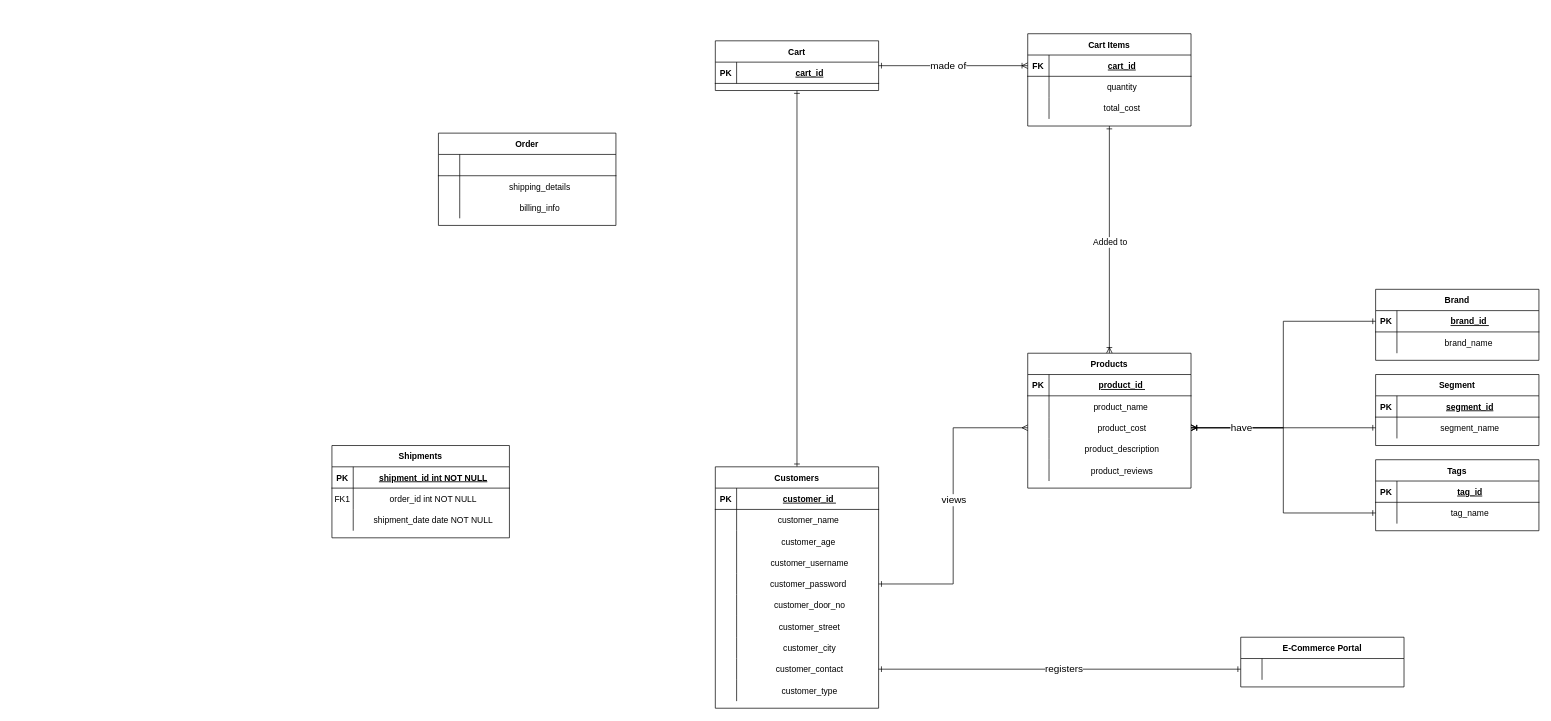
The draw.io diagram ECommERT.drawio in adithkrishnan98/ECommerce-Java, before the edit. Source tidied: cells renumbered, new cells numbered last; positions are measured from the earlier drawing's top-left corner, leaving out a move shared by most shapes. Both pictures are drawn from the tidied source at 71%, with x=0, y=0 at pixel (332, 33).
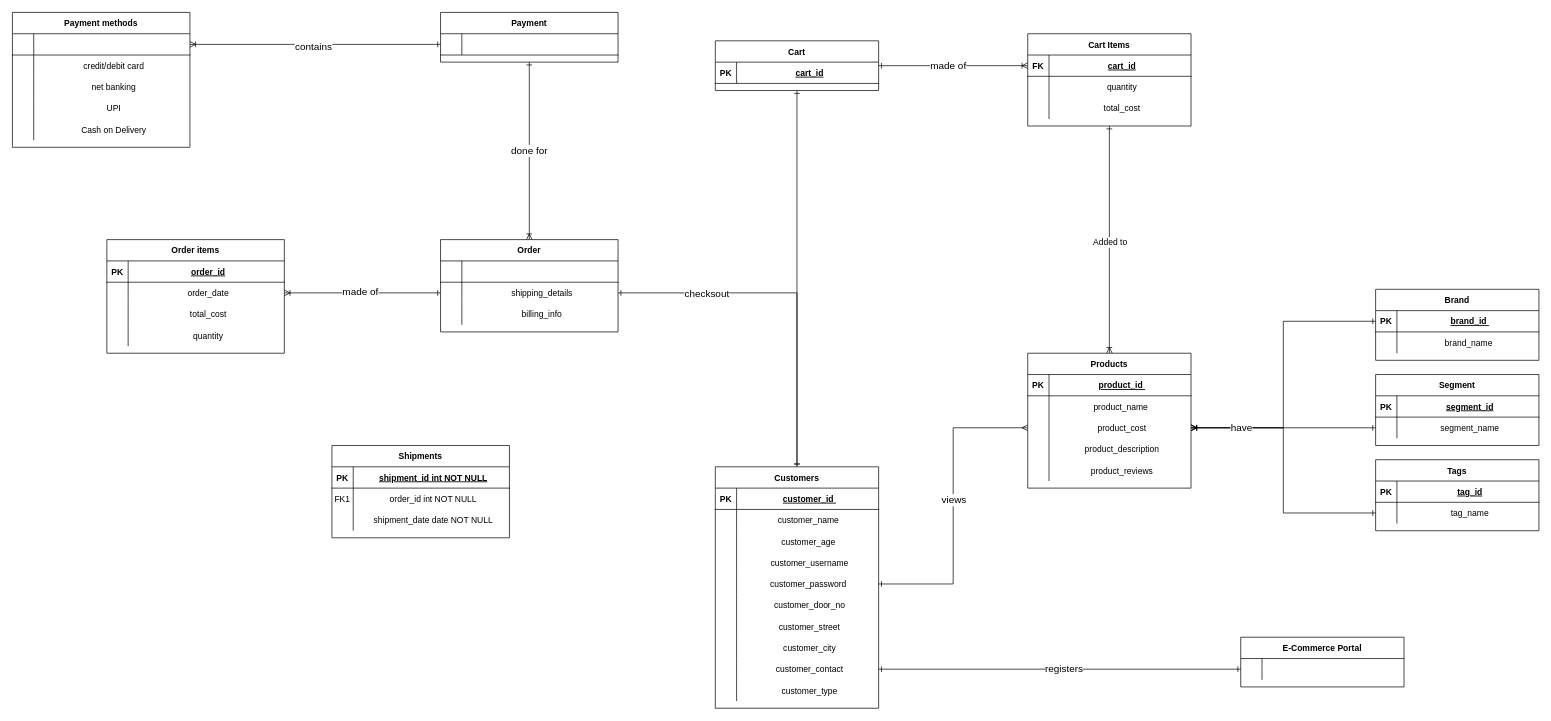
The same diagram, later.

The change refers to these unchanged cells:
```xml
<mxCell id="6" style="shape=partialRectangle;fillColor=none;points=[[0,0.5],[1,0.5]];portConstraint=eastwest;top=0;left=0;right=0;bottom=0;align=center;" parent="2" vertex="1">
  <mxGeometry y="60" width="250" height="30" as="geometry" />
</mxCell>
<mxCell id="23" value="Customers" style="shape=table;startSize=30;childLayout=tableLayout;rowLines=0;fontStyle=1;align=center;" parent="1" vertex="1">
  <mxGeometry x="540" y="610" width="230" height="340" as="geometry" />
</mxCell>
```

Diff of the diagram source:
```diff
@@
     <mxCell id="2" value="Order" style="shape=table;startSize=30;childLayout=tableLayout;rowLines=0;fontStyle=1;align=center;" parent="1" vertex="1">
-      <mxGeometry x="150" y="140" width="250" height="130" as="geometry" />
+      <mxGeometry x="153" y="290" width="250" height="130" as="geometry" />
     </mxCell>
@@
+    <mxCell id="129" style="edgeStyle=orthogonalEdgeStyle;rounded=0;jettySize=auto;html=1;exitX=0.5;exitY=0;exitDx=0;exitDy=0;entryX=1;entryY=0.5;entryDx=0;entryDy=0;fontSize=14;startArrow=ERone;startFill=0;endArrow=ERone;endFill=0;align=center;" parent="1" edge="1" source="23" target="6">
+      <mxGeometry relative="1" as="geometry">
+        <Array as="points">
+          <mxPoint x="655" y="365" />
+        </Array>
+      </mxGeometry>
+    </mxCell>
+    <mxCell id="130" value="checksout" style="edgeLabel;html=1;align=center;verticalAlign=middle;fontSize=14;" parent="129" vertex="1">
+      <mxGeometry x="0.5" relative="1" as="geometry" />
+    </mxCell>
@@
+    <mxCell id="131" value="Order items" style="shape=table;startSize=30;childLayout=tableLayout;rowLines=0;fontStyle=1;align=center;" parent="1" vertex="1">
+      <mxGeometry x="-317" y="290" width="250" height="160" as="geometry" />
+    </mxCell>
+    <mxCell id="132" style="shape=partialRectangle;fillColor=none;top=0;left=0;right=0;bottom=1;align=center;" parent="131" vertex="1">
+      <mxGeometry y="30" width="250" height="30" as="geometry" />
+    </mxCell>
+    <mxCell id="133" value="PK" style="shape=partialRectangle;overflow=hidden;fillColor=none;top=0;left=0;bottom=0;right=0;fontStyle=1;align=center;" parent="132" vertex="1">
+      <mxGeometry width="30" height="30" as="geometry" />
+    </mxCell>
+    <mxCell id="134" value="order_id" style="shape=partialRectangle;overflow=hidden;fillColor=none;top=0;left=0;bottom=0;right=0;align=center;spacingLeft=6;fontStyle=5;" parent="132" vertex="1">
+      <mxGeometry x="30" width="220" height="30" as="geometry" />
+    </mxCell>
+    <mxCell id="135" style="shape=partialRectangle;fillColor=none;points=[[0,0.5],[1,0.5]];portConstraint=eastwest;top=0;left=0;right=0;bottom=0;align=center;" parent="131" vertex="1">
+      <mxGeometry y="60" width="250" height="30" as="geometry" />
+    </mxCell>
+    <mxCell id="136" style="shape=partialRectangle;overflow=hidden;fillColor=none;top=0;left=0;bottom=0;right=0;align=center;" parent="135" vertex="1">
+      <mxGeometry width="30" height="30" as="geometry" />
+    </mxCell>
+    <mxCell id="137" value="order_date" style="shape=partialRectangle;overflow=hidden;fillColor=none;top=0;left=0;bottom=0;right=0;align=center;spacingLeft=6;" parent="135" vertex="1">
+      <mxGeometry x="30" width="220" height="30" as="geometry" />
+    </mxCell>
+    <mxCell id="138" style="shape=partialRectangle;fillColor=none;top=0;left=0;right=0;bottom=0;align=center;" parent="131" vertex="1">
+      <mxGeometry y="90" width="250" height="30" as="geometry" />
+    </mxCell>
+    <mxCell id="139" style="shape=partialRectangle;overflow=hidden;fillColor=none;top=0;left=0;bottom=0;right=0;align=center;" parent="138" vertex="1">
+      <mxGeometry width="30" height="30" as="geometry" />
+    </mxCell>
+    <mxCell id="140" value="total_cost" style="shape=partialRectangle;overflow=hidden;fillColor=none;top=0;left=0;bottom=0;right=0;align=center;spacingLeft=6;" parent="138" vertex="1">
+      <mxGeometry x="30" width="220" height="30" as="geometry" />
+    </mxCell>
+    <mxCell id="141" style="shape=partialRectangle;fillColor=none;top=0;left=0;right=0;bottom=0;align=center;" parent="131" vertex="1">
+      <mxGeometry y="120" width="250" height="30" as="geometry" />
+    </mxCell>
+    <mxCell id="142" style="shape=partialRectangle;overflow=hidden;fillColor=none;top=0;left=0;bottom=0;right=0;align=center;" parent="141" vertex="1">
+      <mxGeometry width="30" height="30" as="geometry" />
+    </mxCell>
+    <mxCell id="143" value="quantity" style="shape=partialRectangle;overflow=hidden;fillColor=none;top=0;left=0;bottom=0;right=0;align=center;spacingLeft=6;" parent="141" vertex="1">
+      <mxGeometry x="30" width="220" height="30" as="geometry" />
+    </mxCell>
+    <mxCell id="144" style="edgeStyle=orthogonalEdgeStyle;rounded=0;jettySize=auto;html=1;exitX=0;exitY=0.5;exitDx=0;exitDy=0;entryX=1;entryY=0.5;entryDx=0;entryDy=0;fontSize=14;startArrow=ERone;startFill=0;endArrow=ERoneToMany;endFill=0;align=center;" parent="1" edge="1" source="6" target="135">
+      <mxGeometry relative="1" as="geometry" />
+    </mxCell>
+    <mxCell id="145" value="made of" style="edgeLabel;html=1;align=center;verticalAlign=middle;fontSize=14;" parent="144" vertex="1">
+      <mxGeometry x="0.04" y="-2" relative="1" as="geometry" />
+    </mxCell>
+    <mxCell id="146" value="done for" style="edgeStyle=orthogonalEdgeStyle;rounded=0;jettySize=auto;html=1;exitX=0.5;exitY=1;exitDx=0;exitDy=0;entryX=0.5;entryY=0;entryDx=0;entryDy=0;fontSize=14;startArrow=ERone;startFill=0;endArrow=ERoneToMany;endFill=0;align=center;" parent="1" edge="1" source="147" target="2">
+      <mxGeometry relative="1" as="geometry" />
+    </mxCell>
+    <mxCell id="147" value="Payment" style="shape=table;startSize=30;childLayout=tableLayout;rowLines=0;fontStyle=1;align=center;" parent="1" vertex="1">
+      <mxGeometry x="153" y="-30" width="250" height="70" as="geometry" />
+    </mxCell>
+    <mxCell id="148" style="shape=partialRectangle;fillColor=none;points=[[0,0.5],[1,0.5]];portConstraint=eastwest;top=0;left=0;right=0;bottom=1;align=center;" parent="147" vertex="1">
+      <mxGeometry y="30" width="250" height="30" as="geometry" />
+    </mxCell>
+    <mxCell id="149" style="shape=partialRectangle;overflow=hidden;fillColor=none;top=0;left=0;bottom=0;right=0;fontStyle=1;align=center;" parent="148" vertex="1">
+      <mxGeometry width="30" height="30" as="geometry" />
+    </mxCell>
+    <mxCell id="150" style="shape=partialRectangle;overflow=hidden;fillColor=none;top=0;left=0;bottom=0;right=0;align=center;spacingLeft=6;fontStyle=5;" parent="148" vertex="1">
+      <mxGeometry x="30" width="220" height="30" as="geometry" />
+    </mxCell>
+    <mxCell id="151" value="Payment methods" style="shape=table;startSize=30;childLayout=tableLayout;rowLines=0;fontStyle=1;align=center;" parent="1" vertex="1">
+      <mxGeometry x="-450" y="-30" width="250" height="190" as="geometry" />
+    </mxCell>
+    <mxCell id="152" style="shape=partialRectangle;fillColor=none;points=[[0,0.5],[1,0.5]];portConstraint=eastwest;top=0;left=0;right=0;bottom=1;align=center;" parent="151" vertex="1">
+      <mxGeometry y="30" width="250" height="30" as="geometry" />
+    </mxCell>
+    <mxCell id="153" style="shape=partialRectangle;overflow=hidden;fillColor=none;top=0;left=0;bottom=0;right=0;fontStyle=1;align=center;" parent="152" vertex="1">
+      <mxGeometry width="30" height="30" as="geometry" />
+    </mxCell>
+    <mxCell id="154" style="shape=partialRectangle;overflow=hidden;fillColor=none;top=0;left=0;bottom=0;right=0;align=center;spacingLeft=6;fontStyle=5;" parent="152" vertex="1">
+      <mxGeometry x="30" width="220" height="30" as="geometry" />
+    </mxCell>
+    <mxCell id="155" style="shape=partialRectangle;fillColor=none;top=0;left=0;right=0;bottom=0;align=center;" parent="151" vertex="1">
+      <mxGeometry y="60" width="250" height="30" as="geometry" />
+    </mxCell>
+    <mxCell id="156" style="shape=partialRectangle;overflow=hidden;fillColor=none;top=0;left=0;bottom=0;right=0;align=center;" parent="155" vertex="1">
+      <mxGeometry width="30" height="30" as="geometry" />
+    </mxCell>
+    <mxCell id="157" value="credit/debit card" style="shape=partialRectangle;overflow=hidden;fillColor=none;top=0;left=0;bottom=0;right=0;align=center;spacingLeft=6;" parent="155" vertex="1">
+      <mxGeometry x="30" width="220" height="30" as="geometry" />
+    </mxCell>
+    <mxCell id="158" style="shape=partialRectangle;fillColor=none;top=0;left=0;right=0;bottom=0;align=center;" parent="151" vertex="1">
+      <mxGeometry y="90" width="250" height="30" as="geometry" />
+    </mxCell>
+    <mxCell id="159" style="shape=partialRectangle;overflow=hidden;fillColor=none;top=0;left=0;bottom=0;right=0;align=center;" parent="158" vertex="1">
+      <mxGeometry width="30" height="30" as="geometry" />
+    </mxCell>
+    <mxCell id="160" value="net banking" style="shape=partialRectangle;overflow=hidden;fillColor=none;top=0;left=0;bottom=0;right=0;align=center;spacingLeft=6;" parent="158" vertex="1">
+      <mxGeometry x="30" width="220" height="30" as="geometry" />
+    </mxCell>
+    <mxCell id="161" style="shape=partialRectangle;fillColor=none;top=0;left=0;right=0;bottom=0;align=center;" parent="151" vertex="1">
+      <mxGeometry y="120" width="250" height="30" as="geometry" />
+    </mxCell>
+    <mxCell id="162" style="shape=partialRectangle;overflow=hidden;fillColor=none;top=0;left=0;bottom=0;right=0;align=center;" parent="161" vertex="1">
+      <mxGeometry width="30" height="30" as="geometry" />
+    </mxCell>
+    <mxCell id="163" value="UPI" style="shape=partialRectangle;overflow=hidden;fillColor=none;top=0;left=0;bottom=0;right=0;align=center;spacingLeft=6;" parent="161" vertex="1">
+      <mxGeometry x="30" width="220" height="30" as="geometry" />
+    </mxCell>
+    <mxCell id="164" style="shape=partialRectangle;fillColor=none;top=0;left=0;right=0;bottom=0;align=center;" parent="151" vertex="1">
+      <mxGeometry y="150" width="250" height="30" as="geometry" />
+    </mxCell>
+    <mxCell id="165" style="shape=partialRectangle;overflow=hidden;fillColor=none;top=0;left=0;bottom=0;right=0;align=center;" parent="164" vertex="1">
+      <mxGeometry width="30" height="30" as="geometry" />
+    </mxCell>
+    <mxCell id="166" value="Cash on Delivery" style="shape=partialRectangle;overflow=hidden;fillColor=none;top=0;left=0;bottom=0;right=0;align=center;spacingLeft=6;" parent="164" vertex="1">
+      <mxGeometry x="30" width="220" height="30" as="geometry" />
+    </mxCell>
+    <mxCell id="167" style="edgeStyle=orthogonalEdgeStyle;rounded=0;jettySize=auto;html=1;exitX=0;exitY=0.5;exitDx=0;exitDy=0;entryX=1;entryY=0.5;entryDx=0;entryDy=0;fontSize=14;startArrow=ERone;startFill=0;endArrow=ERoneToMany;endFill=0;align=center;" parent="1" edge="1" source="148" target="152">
+      <mxGeometry relative="1" as="geometry" />
+    </mxCell>
+    <mxCell id="168" value="contains" style="edgeLabel;html=1;align=center;verticalAlign=middle;fontSize=14;" parent="167" vertex="1">
+      <mxGeometry x="0.02" y="2" relative="1" as="geometry" />
+    </mxCell>
```
